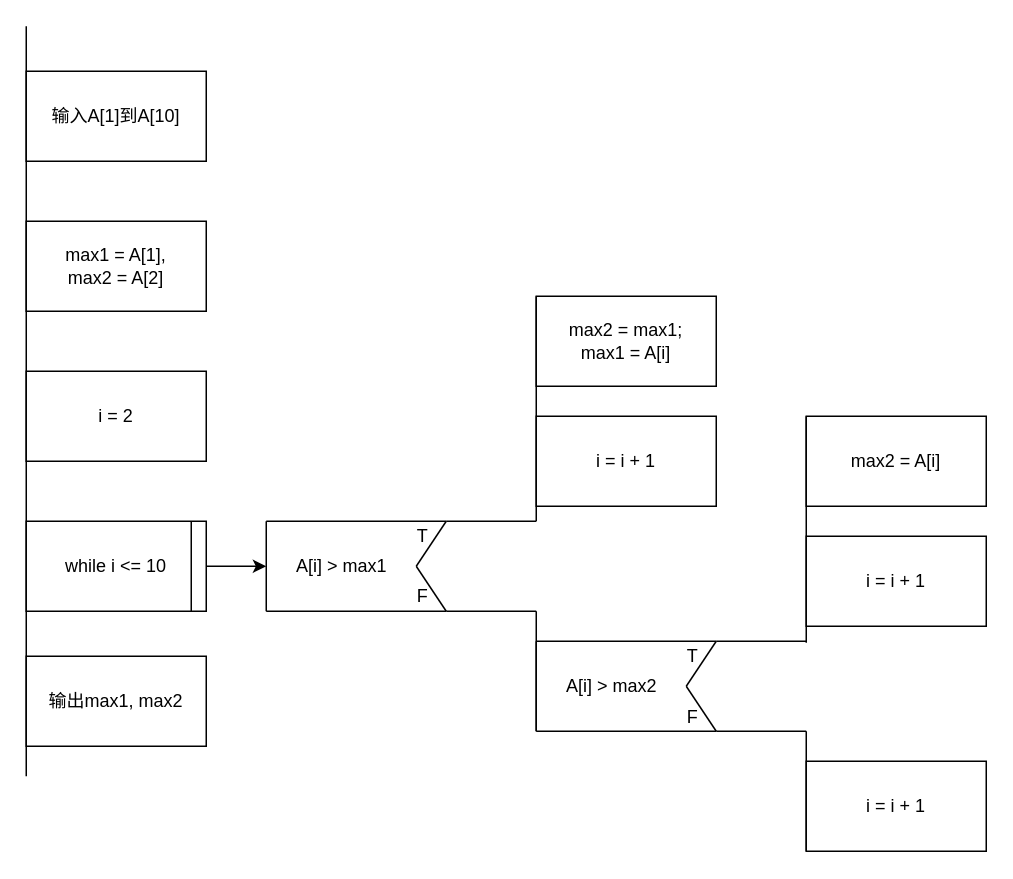
Earlier version of the draw.io diagram Test3_PAD.drawio (yxy235/SE). Source tidied: cells renumbered, new cells numbered last; positions are measured from the earlier drawing's top-left corner, leaving out a move shared by most shapes. Both pictures are drawn from the tidied source at 150%, with x=0, y=0 at pixel (26, 26).
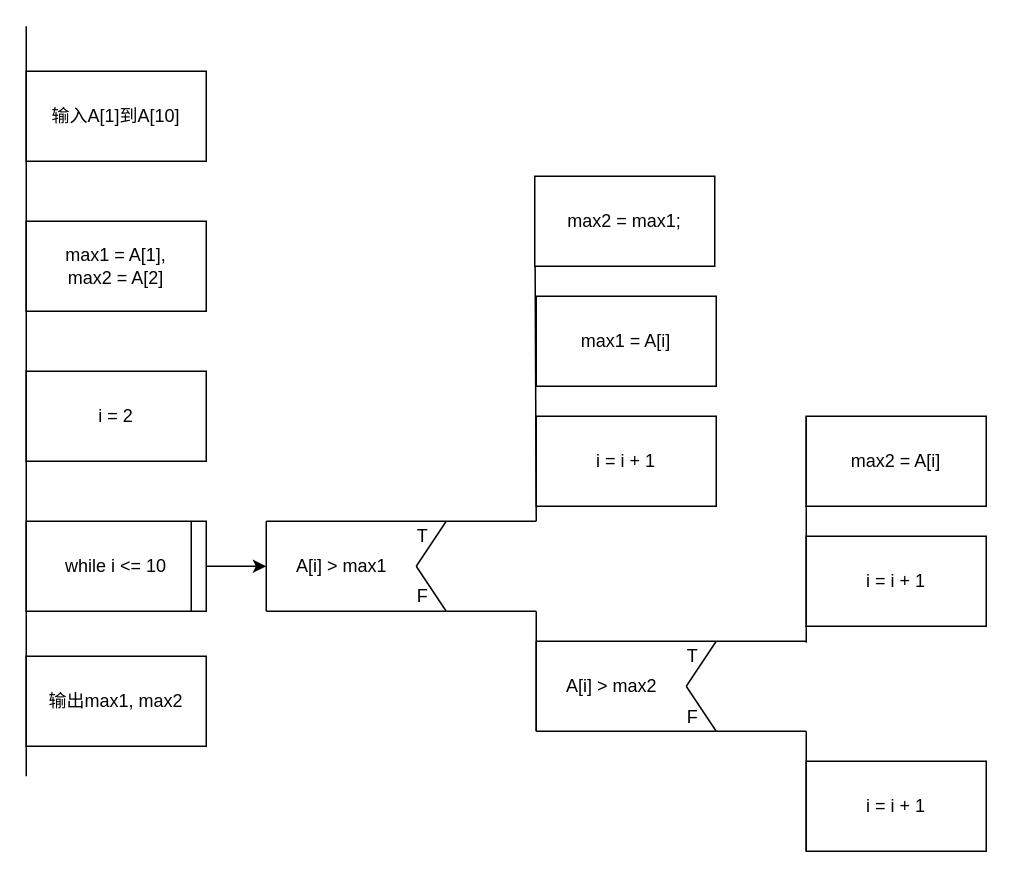
The same page after the edit.

Change to the diagram source:
```diff
@@
-    <mxCell id="22" value="&lt;div&gt;max2 = max1;&lt;/div&gt;&lt;div&gt;max1 = A[i]&lt;br&gt;&lt;/div&gt;" style="rounded=0;whiteSpace=wrap;html=1;" parent="1" vertex="1">
+    <mxCell id="22" value="&lt;div&gt;max1 = A[i]&lt;br&gt;&lt;/div&gt;" style="rounded=0;whiteSpace=wrap;html=1;" parent="1" vertex="1">
       <mxGeometry x="340" y="180" width="120" height="60" as="geometry" />
     </mxCell>
@@
-    <mxCell id="25" style="endArrow=none;html=1;rounded=0;entryX=0;entryY=0;entryDx=0;entryDy=0;" parent="1" edge="1" target="22">
+    <mxCell id="25" style="endArrow=none;html=1;rounded=0;entryX=0;entryY=0;entryDx=0;entryDy=0;" parent="1" edge="1" target="39">
       <mxGeometry relative="1" as="geometry">
         <mxPoint x="340" y="330" as="sourcePoint" />
       </mxGeometry>
     </mxCell>
@@
+    <mxCell id="39" value="&lt;div&gt;max2 = max1;&lt;/div&gt;" style="rounded=0;whiteSpace=wrap;html=1;" parent="1" vertex="1">
+      <mxGeometry x="339" y="100" width="120" height="60" as="geometry" />
+    </mxCell>
```
